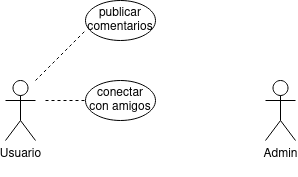
The draw.io diagram Unidad-1/Tareas/Tarea_evaluable1/redsocial.drawio.png in toninavhd/Base-datos, before a commit. Source tidied: cells renumbered, new cells last; positions are measured from the earlier drawing's top-left corner, leaving out a move shared by most shapes.
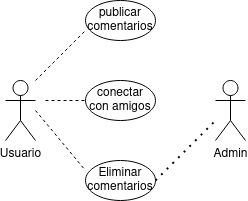
The same file after the commit.

Change to the diagram source:
```diff
@@ -3,7 +3,7 @@
     <mxCell id="0" />
     <mxCell id="1" parent="0" />
     <mxCell id="2" value="&lt;div&gt;Admin&lt;/div&gt;&lt;div&gt;&lt;br&gt;&lt;/div&gt;" style="shape=umlActor;verticalLabelPosition=bottom;verticalAlign=top;html=1;" parent="1" vertex="1">
-      <mxGeometry x="260" y="80" width="30" height="60" as="geometry" />
+      <mxGeometry x="210" y="80" width="30" height="60" as="geometry" />
     </mxCell>
     <mxCell id="3" value="Usuario" style="shape=umlActor;verticalLabelPosition=bottom;verticalAlign=top;html=1;" parent="1" vertex="1">
       <mxGeometry y="80" width="30" height="60" as="geometry" />
@@ -25,5 +25,18 @@
         <mxPoint x="40" y="100" as="sourcePoint" />
       </mxGeometry>
     </mxCell>
+    <mxCell id="8" value="Eliminar comentarios" style="ellipse;whiteSpace=wrap;html=1;" parent="1" vertex="1">
+      <mxGeometry x="80" y="160" width="70" height="40" as="geometry" />
+    </mxCell>
+    <mxCell id="9" style="endArrow=none;dashed=1;html=1;rounded=0;entryX=0;entryY=0.25;entryDx=0;entryDy=0;entryPerimeter=0;" parent="1" edge="1" target="8">
+      <mxGeometry relative="1" as="geometry">
+        <mxPoint x="30" y="110" as="sourcePoint" />
+      </mxGeometry>
+    </mxCell>
+    <mxCell id="10" style="endArrow=none;dashed=1;html=1;dashPattern=1 3;strokeWidth=2;rounded=0;exitX=1;exitY=0.5;exitDx=0;exitDy=0;" parent="1" edge="1" source="8">
+      <mxGeometry relative="1" as="geometry">
+        <mxPoint x="210" y="120" as="targetPoint" />
+      </mxGeometry>
+    </mxCell>
   </root>
 </mxGraphModel>
```
